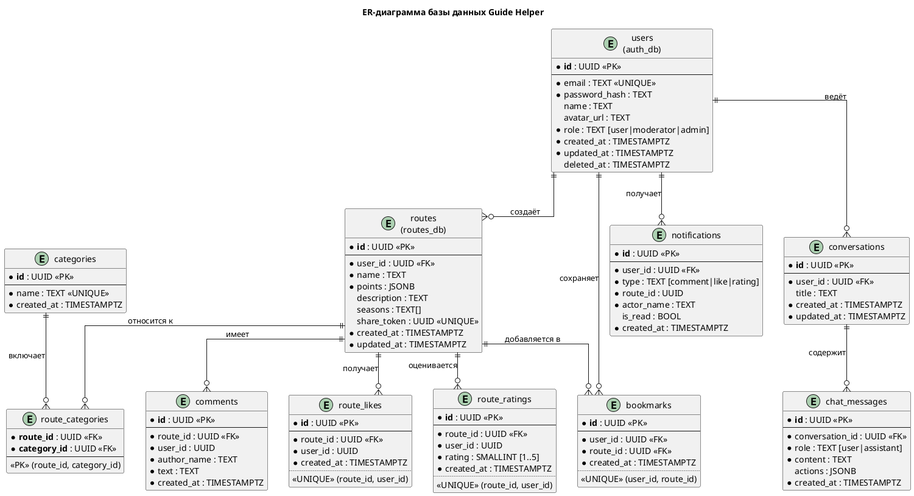
jaennil/guide_helper keeps this PlantUML diagram as doc/latex/diagrams/images/er-diagram.png. Above is the earlier version. The source it was exported from:
```plantuml
@startuml er-diagram

title ER-диаграмма базы данных Guide Helper

skinparam linetype ortho

entity "users\n(auth_db)" as users {
  * **id** : UUID <<PK>>
  --
  * email : TEXT <<UNIQUE>>
  * password_hash : TEXT
    name : TEXT
    avatar_url : TEXT
  * role : TEXT [user|moderator|admin]
  * created_at : TIMESTAMPTZ
  * updated_at : TIMESTAMPTZ
    deleted_at : TIMESTAMPTZ
}

entity "routes\n(routes_db)" as routes {
  * **id** : UUID <<PK>>
  --
  * user_id : UUID <<FK>>
  * name : TEXT
  * points : JSONB
    description : TEXT
    seasons : TEXT[]
    share_token : UUID <<UNIQUE>>
  * created_at : TIMESTAMPTZ
  * updated_at : TIMESTAMPTZ
}

entity "categories" as categories {
  * **id** : UUID <<PK>>
  --
  * name : TEXT <<UNIQUE>>
  * created_at : TIMESTAMPTZ
}

entity "route_categories" as route_categories {
  * **route_id** : UUID <<FK>>
  * **category_id** : UUID <<FK>>
  --
  <<PK>> (route_id, category_id)
}

entity "comments" as comments {
  * **id** : UUID <<PK>>
  --
  * route_id : UUID <<FK>>
  * user_id : UUID
  * author_name : TEXT
  * text : TEXT
  * created_at : TIMESTAMPTZ
}

entity "route_likes" as likes {
  * **id** : UUID <<PK>>
  --
  * route_id : UUID <<FK>>
  * user_id : UUID
  * created_at : TIMESTAMPTZ
  ..
  <<UNIQUE>> (route_id, user_id)
}

entity "route_ratings" as ratings {
  * **id** : UUID <<PK>>
  --
  * route_id : UUID <<FK>>
  * user_id : UUID
  * rating : SMALLINT [1..5]
  * created_at : TIMESTAMPTZ
  ..
  <<UNIQUE>> (route_id, user_id)
}

entity "bookmarks" as bookmarks {
  * **id** : UUID <<PK>>
  --
  * user_id : UUID <<FK>>
  * route_id : UUID <<FK>>
  * created_at : TIMESTAMPTZ
  ..
  <<UNIQUE>> (user_id, route_id)
}

entity "notifications" as notifications {
  * **id** : UUID <<PK>>
  --
  * user_id : UUID <<FK>>
  * type : TEXT [comment|like|rating]
  * route_id : UUID
  * actor_name : TEXT
    is_read : BOOL
  * created_at : TIMESTAMPTZ
}

entity "conversations" as conversations {
  * **id** : UUID <<PK>>
  --
  * user_id : UUID <<FK>>
    title : TEXT
  * created_at : TIMESTAMPTZ
  * updated_at : TIMESTAMPTZ
}

entity "chat_messages" as chat_messages {
  * **id** : UUID <<PK>>
  --
  * conversation_id : UUID <<FK>>
  * role : TEXT [user|assistant]
  * content : TEXT
    actions : JSONB
  * created_at : TIMESTAMPTZ
}

users ||--o{ routes : "создаёт"
routes ||--o{ comments : "имеет"
routes ||--o{ likes : "получает"
routes ||--o{ ratings : "оценивается"
routes ||--o{ route_categories : "относится к"
categories ||--o{ route_categories : "включает"
users ||--o{ bookmarks : "сохраняет"
routes ||--o{ bookmarks : "добавляется в"
users ||--o{ notifications : "получает"
users ||--o{ conversations : "ведёт"
conversations ||--o{ chat_messages : "содержит"

@enduml
```
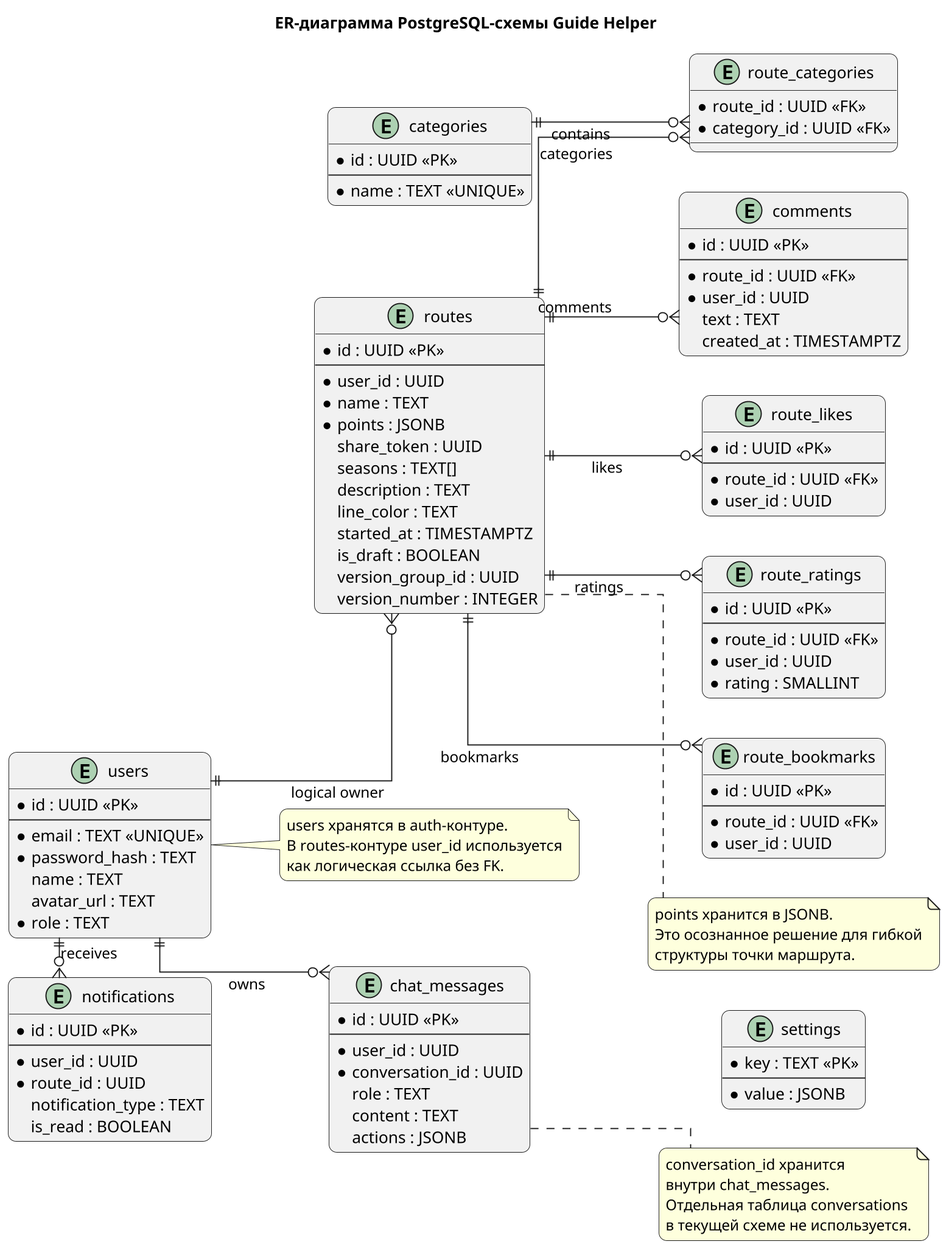
After the commit.

The edit, as a diff of the source:
```diff
@@ -1,130 +1,142 @@
 @startuml er-diagram
 
-title ER-диаграмма базы данных Guide Helper
+title ER-диаграмма PostgreSQL-схемы Guide Helper
+left to right direction
+skinparam shadowing false
+skinparam linetype ortho
+skinparam roundcorner 14
+skinparam defaultTextAlignment left
+skinparam dpi 180
 
-skinparam linetype ortho
-
-entity "users\n(auth_db)" as users {
-  * **id** : UUID <<PK>>
+entity "users" as users {
+  * id : UUID <<PK>>
   --
   * email : TEXT <<UNIQUE>>
   * password_hash : TEXT
-    name : TEXT
-    avatar_url : TEXT
-  * role : TEXT [user|moderator|admin]
-  * created_at : TIMESTAMPTZ
-  * updated_at : TIMESTAMPTZ
-    deleted_at : TIMESTAMPTZ
+  name : TEXT
+  avatar_url : TEXT
+  * role : TEXT
 }
 
-entity "routes\n(routes_db)" as routes {
-  * **id** : UUID <<PK>>
+entity "routes" as routes {
+  * id : UUID <<PK>>
   --
-  * user_id : UUID <<FK>>
+  * user_id : UUID
   * name : TEXT
   * points : JSONB
-    description : TEXT
-    seasons : TEXT[]
-    share_token : UUID <<UNIQUE>>
-  * created_at : TIMESTAMPTZ
-  * updated_at : TIMESTAMPTZ
+  share_token : UUID
+  seasons : TEXT[]
+  description : TEXT
+  line_color : TEXT
+  started_at : TIMESTAMPTZ
+  is_draft : BOOLEAN
+  version_group_id : UUID
+  version_number : INTEGER
 }
 
 entity "categories" as categories {
-  * **id** : UUID <<PK>>
+  * id : UUID <<PK>>
   --
   * name : TEXT <<UNIQUE>>
-  * created_at : TIMESTAMPTZ
 }
 
 entity "route_categories" as route_categories {
-  * **route_id** : UUID <<FK>>
-  * **category_id** : UUID <<FK>>
-  --
-  <<PK>> (route_id, category_id)
+  * route_id : UUID <<FK>>
+  * category_id : UUID <<FK>>
 }
 
 entity "comments" as comments {
-  * **id** : UUID <<PK>>
+  * id : UUID <<PK>>
   --
   * route_id : UUID <<FK>>
   * user_id : UUID
-  * author_name : TEXT
-  * text : TEXT
-  * created_at : TIMESTAMPTZ
+  text : TEXT
+  created_at : TIMESTAMPTZ
 }
 
-entity "route_likes" as likes {
-  * **id** : UUID <<PK>>
+entity "route_likes" as route_likes {
+  * id : UUID <<PK>>
   --
   * route_id : UUID <<FK>>
   * user_id : UUID
-  * created_at : TIMESTAMPTZ
-  ..
-  <<UNIQUE>> (route_id, user_id)
 }
 
-entity "route_ratings" as ratings {
-  * **id** : UUID <<PK>>
+entity "route_ratings" as route_ratings {
+  * id : UUID <<PK>>
   --
   * route_id : UUID <<FK>>
   * user_id : UUID
-  * rating : SMALLINT [1..5]
-  * created_at : TIMESTAMPTZ
-  ..
-  <<UNIQUE>> (route_id, user_id)
+  * rating : SMALLINT
 }
 
-entity "bookmarks" as bookmarks {
-  * **id** : UUID <<PK>>
+entity "route_bookmarks" as route_bookmarks {
+  * id : UUID <<PK>>
   --
-  * user_id : UUID <<FK>>
   * route_id : UUID <<FK>>
-  * created_at : TIMESTAMPTZ
-  ..
-  <<UNIQUE>> (user_id, route_id)
+  * user_id : UUID
 }
 
 entity "notifications" as notifications {
-  * **id** : UUID <<PK>>
+  * id : UUID <<PK>>
   --
-  * user_id : UUID <<FK>>
-  * type : TEXT [comment|like|rating]
+  * user_id : UUID
   * route_id : UUID
-  * actor_name : TEXT
-    is_read : BOOL
-  * created_at : TIMESTAMPTZ
-}
-
-entity "conversations" as conversations {
-  * **id** : UUID <<PK>>
-  --
-  * user_id : UUID <<FK>>
-    title : TEXT
-  * created_at : TIMESTAMPTZ
-  * updated_at : TIMESTAMPTZ
+  notification_type : TEXT
+  is_read : BOOLEAN
 }
 
 entity "chat_messages" as chat_messages {
-  * **id** : UUID <<PK>>
+  * id : UUID <<PK>>
   --
-  * conversation_id : UUID <<FK>>
-  * role : TEXT [user|assistant]
-  * content : TEXT
-    actions : JSONB
-  * created_at : TIMESTAMPTZ
+  * user_id : UUID
+  * conversation_id : UUID
+  role : TEXT
+  content : TEXT
+  actions : JSONB
 }
 
-users ||--o{ routes : "создаёт"
-routes ||--o{ comments : "имеет"
-routes ||--o{ likes : "получает"
-routes ||--o{ ratings : "оценивается"
-routes ||--o{ route_categories : "относится к"
-categories ||--o{ route_categories : "включает"
-users ||--o{ bookmarks : "сохраняет"
-routes ||--o{ bookmarks : "добавляется в"
-users ||--o{ notifications : "получает"
-users ||--o{ conversations : "ведёт"
-conversations ||--o{ chat_messages : "содержит"
+entity "settings" as settings {
+  * key : TEXT <<PK>>
+  --
+  * value : JSONB
+}
+
+categories -[hidden]right-> routes
+routes -[hidden]down-> comments
+comments -[hidden]right-> route_likes
+route_likes -[hidden]right-> route_ratings
+route_ratings -[hidden]right-> route_bookmarks
+users -[hidden]right-> notifications
+notifications -[hidden]down-> chat_messages
+chat_messages -[hidden]down-> settings
+
+users ||--o{ routes : logical owner
+routes ||--o{ comments : comments
+routes ||--o{ route_likes : likes
+routes ||--o{ route_ratings : ratings
+routes ||--o{ route_bookmarks : bookmarks
+routes ||--o{ route_categories : categories
+categories ||--o{ route_categories : contains
+users ||--o{ notifications : receives
+users ||--o{ chat_messages : owns
+
+note right of users
+users хранятся в auth-контуре.
+В routes-контуре user_id используется
+как логическая ссылка без FK.
+end note
+
+note right of routes
+points хранится в JSONB.
+Это осознанное решение для гибкой
+структуры точки маршрута.
+end note
+
+note right of chat_messages
+conversation_id хранится
+внутри chat_messages.
+Отдельная таблица conversations
+в текущей схеме не используется.
+end note
 
 @enduml
```
